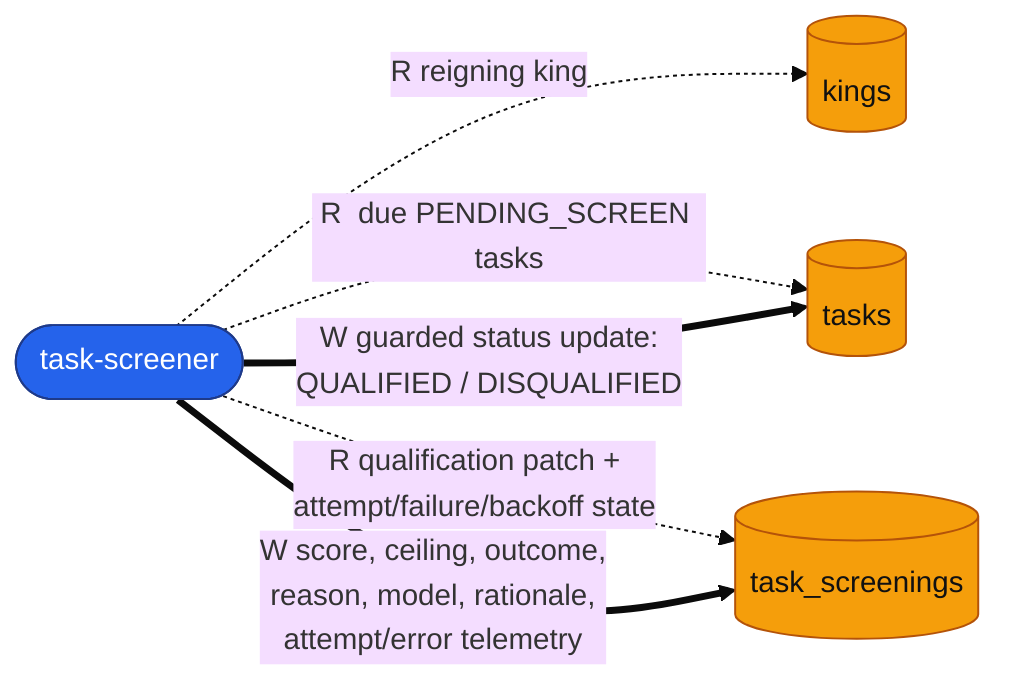
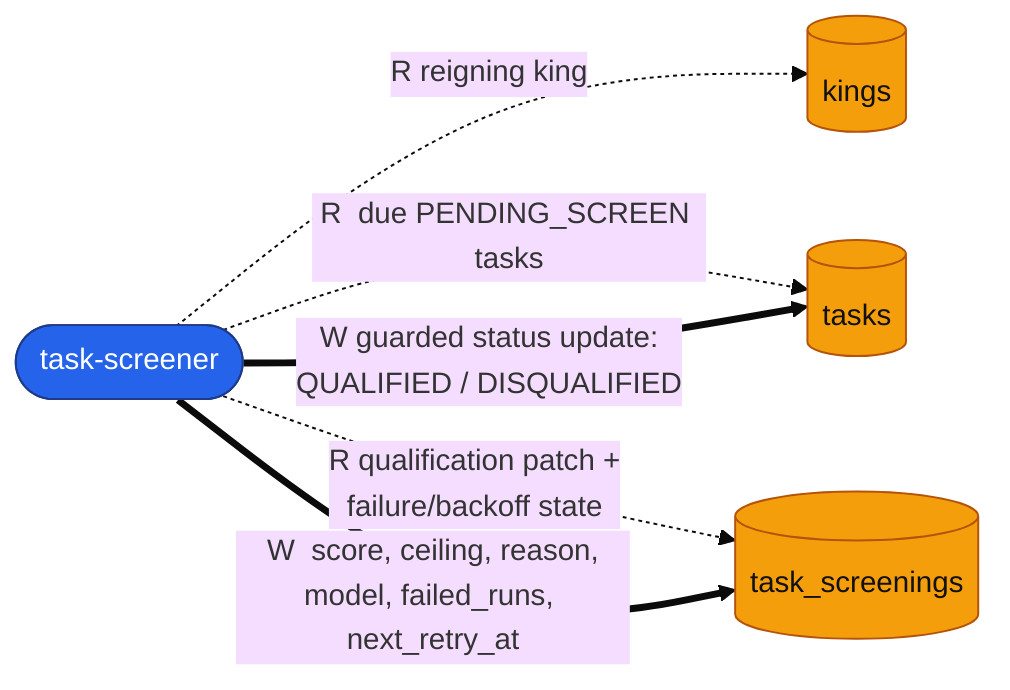
%%{init: {"theme": "base", "themeVariables": {"fontSize": "15px"}}}%%
flowchart LR
    sc(["task-screener"])
    kings[("kings")]
    tasks[("tasks")]
    screen[("task_screenings")]

    sc -. "R  reigning king" .-> kings
    sc -. "R  due PENDING_SCREEN tasks" .-> tasks
-     sc -. "R  qualification patch +<br/>attempt/failure/backoff state" .-> screen
+     sc -. "R  qualification patch +<br/>failure/backoff state" .-> screen
    sc == "W  guarded status update:<br/>QUALIFIED / DISQUALIFIED" ==> tasks
-     sc == "W  score, ceiling, outcome,<br/>reason, model, rationale,<br/>attempt/error telemetry" ==> screen
+     sc == "W  score, ceiling, reason,<br/>model, failed_runs, next_retry_at" ==> screen

    classDef worker fill:#2563eb,stroke:#1e3a8a,color:#fff;
    classDef store fill:#f59e0b,stroke:#b45309,color:#111;
    class sc worker;
    class kings,tasks,screen store;
